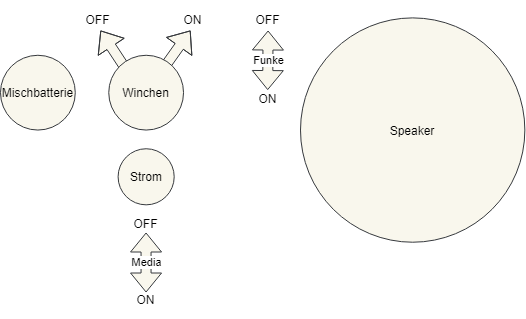
Earlier version of the draw.io export media/outside_switches.png (i7i5/knidos-notices). Source tidied: cells renumbered, new cells last; positions are measured from the earlier drawing's top-left corner, leaving out a move shared by most shapes.
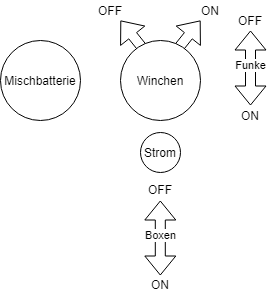
The same file after the commit.

Commit message:
reworked image outside_switches

The edit, as a diff of the source:
```diff
@@ -2,75 +2,66 @@
   <root>
     <mxCell id="0" />
     <mxCell id="1" parent="0" />
-    <mxCell id="2" value="Speaker" style="ellipse;whiteSpace=wrap;html=1;fillColor=#f9f7ed;strokeColor=#36393d;" parent="1" vertex="1">
-      <mxGeometry x="300" y="17.4" width="224.3" height="224.3" as="geometry" />
-    </mxCell>
-    <mxCell id="3" style="shape=flexArrow;endArrow=classic;startArrow=classic;html=1;fillColor=#f9f7ed;strokeColor=#36393d;" parent="1" edge="1">
-      <mxGeometry x="24.6" y="30" as="geometry">
-        <mxPoint x="267.2" y="89.6" as="sourcePoint" />
-        <mxPoint x="267.6" y="30" as="targetPoint" />
-      </mxGeometry>
-    </mxCell>
+    <mxCell id="17" value="Mischbatterie" style="ellipse;whiteSpace=wrap;html=1;" parent="1" vertex="1">
+      <mxGeometry x="50" y="70" width="80" height="80" as="geometry" />
+    </mxCell>
+    <mxCell id="18" style="shape=flexArrow;endArrow=classic;html=1;" parent="1" edge="1">
+      <mxGeometry relative="1" as="geometry">
+        <mxPoint x="210" y="100" as="sourcePoint" />
+        <mxPoint x="250" y="50" as="targetPoint" />
+      </mxGeometry>
+    </mxCell>
+    <mxCell id="19" style="shape=flexArrow;endArrow=classic;html=1;" parent="1" edge="1">
+      <mxGeometry relative="1" as="geometry">
+        <mxPoint x="210" y="100" as="sourcePoint" />
+        <mxPoint x="170" y="50" as="targetPoint" />
+      </mxGeometry>
+    </mxCell>
+    <mxCell id="9" value="Winchen" style="ellipse;whiteSpace=wrap;html=1;" parent="1" vertex="1">
+      <mxGeometry x="170" y="70" width="80" height="80" as="geometry" />
+    </mxCell>
+    <mxCell id="20" value="ON" style="text;html=1;strokeColor=none;fillColor=none;align=center;verticalAlign=middle;whiteSpace=wrap;rounded=0;" parent="1" vertex="1">
+      <mxGeometry x="240" y="30" width="40" height="20" as="geometry" />
+    </mxCell>
+    <mxCell id="21" value="OFF" style="text;html=1;strokeColor=none;fillColor=none;align=center;verticalAlign=middle;whiteSpace=wrap;rounded=0;" parent="1" vertex="1">
+      <mxGeometry x="140" y="30" width="40" height="20" as="geometry" />
+    </mxCell>
+    <mxCell id="22" style="shape=flexArrow;endArrow=classic;startArrow=classic;html=1;" parent="1" edge="1">
+      <mxGeometry relative="1" as="geometry">
+        <mxPoint x="300" y="135" as="sourcePoint" />
+        <mxPoint x="300" y="60" as="targetPoint" />
+      </mxGeometry>
+    </mxCell>
-    <mxCell id="4" value="Funke" style="edgeLabel;html=1;align=center;verticalAlign=middle;" parent="3" vertex="1">
-      <mxGeometry x="0.22" y="-2" relative="1" as="geometry">
-        <mxPoint x="-2" y="6.6" as="offset" />
+    <mxCell id="4" value="Funke" style="edgeLabel;html=1;align=center;verticalAlign=middle;" parent="22" vertex="1">
+      <mxGeometry x="0.16" y="-2" relative="1" as="geometry">
+        <mxPoint x="-2" y="3" as="offset" />
       </mxGeometry>
     </mxCell>
-    <mxCell id="5" value="OFF" style="text;html=1;strokeColor=none;fillColor=none;align=center;verticalAlign=middle;whiteSpace=wrap;rounded=0;" parent="1" vertex="1">
-      <mxGeometry x="230" width="74.8" height="37.4" as="geometry" />
-    </mxCell>
-    <mxCell id="6" value="ON" style="text;html=1;strokeColor=none;fillColor=none;align=center;verticalAlign=middle;whiteSpace=wrap;rounded=0;" parent="1" vertex="1">
-      <mxGeometry x="230" y="79.8" width="74.8" height="37.4" as="geometry" />
-    </mxCell>
-    <mxCell id="7" style="shape=flexArrow;endArrow=classic;html=1;fillColor=#f9f7ed;strokeColor=#36393d;" parent="1" edge="1">
-      <mxGeometry x="71" y="84.9" as="geometry">
-        <mxPoint x="150" y="88" as="sourcePoint" />
-        <mxPoint x="190" y="30" as="targetPoint" />
-        <Array as="points">
-          <mxPoint x="156.3" y="77.4" />
-        </Array>
-      </mxGeometry>
-    </mxCell>
-    <mxCell id="8" style="shape=flexArrow;endArrow=classic;html=1;fillColor=#f9f7ed;strokeColor=#36393d;" parent="1" edge="1">
-      <mxGeometry x="100.4" y="82.6" as="geometry">
-        <mxPoint x="137.4" y="86.1" as="sourcePoint" />
-        <mxPoint x="100" y="30" as="targetPoint" />
-        <Array as="points">
-          <mxPoint x="129.7" y="75.1" />
-        </Array>
-      </mxGeometry>
-    </mxCell>
-    <mxCell id="9" value="Winchen" style="ellipse;whiteSpace=wrap;html=1;fillColor=#f9f7ed;strokeColor=#36393d;" parent="1" vertex="1">
-      <mxGeometry x="108.3" y="54.8" width="74.8" height="74.8" as="geometry" />
-    </mxCell>
-    <mxCell id="10" value="ON" style="text;html=1;strokeColor=none;fillColor=none;align=center;verticalAlign=middle;whiteSpace=wrap;rounded=0;" parent="1" vertex="1">
-      <mxGeometry x="155" width="74.8" height="37.4" as="geometry" />
-    </mxCell>
-    <mxCell id="11" value="OFF" style="text;html=1;strokeColor=none;fillColor=none;align=center;verticalAlign=middle;whiteSpace=wrap;rounded=0;" parent="1" vertex="1">
-      <mxGeometry x="60" width="74.8" height="37.4" as="geometry" />
-    </mxCell>
+    <mxCell id="23" style="shape=flexArrow;endArrow=classic;startArrow=classic;html=1;" parent="1" edge="1">
+      <mxGeometry relative="1" as="geometry">
+        <mxPoint x="209.8" y="305" as="sourcePoint" />
+        <mxPoint x="209.8" y="230" as="targetPoint" />
+      </mxGeometry>
+    </mxCell>
+    <mxCell id="24" value="Boxen" style="edgeLabel;html=1;align=center;verticalAlign=middle;" parent="23" vertex="1">
+      <mxGeometry x="0.16" y="-2" relative="1" as="geometry">
+        <mxPoint x="-2" y="3" as="offset" />
+      </mxGeometry>
+    </mxCell>
+    <mxCell id="25" value="OFF" style="text;html=1;strokeColor=none;fillColor=none;align=center;verticalAlign=middle;whiteSpace=wrap;rounded=0;" parent="1" vertex="1">
+      <mxGeometry x="190" y="209" width="40" height="20" as="geometry" />
+    </mxCell>
+    <mxCell id="26" value="ON" style="text;html=1;strokeColor=none;fillColor=none;align=center;verticalAlign=middle;whiteSpace=wrap;rounded=0;" parent="1" vertex="1">
+      <mxGeometry x="190" y="304" width="40" height="20" as="geometry" />
+    </mxCell>
-    <mxCell id="12" value="Strom" style="ellipse;whiteSpace=wrap;html=1;fillColor=#f9f7ed;strokeColor=#36393d;" parent="1" vertex="1">
-      <mxGeometry x="117.6" y="148.3" width="56.1" height="56.1" as="geometry" />
+    <mxCell id="12" value="Strom" style="ellipse;whiteSpace=wrap;html=1;" parent="1" vertex="1">
+      <mxGeometry x="190" y="162" width="40" height="40" as="geometry" />
     </mxCell>
-    <mxCell id="13" style="shape=flexArrow;endArrow=classic;startArrow=classic;html=1;fillColor=#f9f7ed;strokeColor=#36393d;" parent="1" edge="1">
-      <mxGeometry x="85.5" y="33.3" as="geometry">
-        <mxPoint x="145.6" y="292" as="sourcePoint" />
-        <mxPoint x="145.6" y="232" as="targetPoint" />
-      </mxGeometry>
-    </mxCell>
-    <mxCell id="14" value="Media" style="edgeLabel;html=1;align=center;verticalAlign=middle;" parent="13" vertex="1">
-      <mxGeometry x="0.3" y="-2" relative="1" as="geometry">
-        <mxPoint x="-2" y="9.4" as="offset" />
-      </mxGeometry>
-    </mxCell>
-    <mxCell id="15" value="OFF" style="text;html=1;strokeColor=none;fillColor=none;align=center;verticalAlign=middle;whiteSpace=wrap;rounded=0;" parent="1" vertex="1">
-      <mxGeometry x="108.3" y="204.3" width="74.8" height="37.4" as="geometry" />
-    </mxCell>
-    <mxCell id="16" value="ON" style="text;html=1;strokeColor=none;fillColor=none;align=center;verticalAlign=middle;whiteSpace=wrap;rounded=0;" parent="1" vertex="1">
-      <mxGeometry x="108.3" y="280" width="74.8" height="37.4" as="geometry" />
-    </mxCell>
-    <mxCell id="17" value="Mischbatterie" style="ellipse;whiteSpace=wrap;html=1;fillColor=#f9f7ed;strokeColor=#36393d;" parent="1" vertex="1">
-      <mxGeometry y="54.8" width="74.8" height="74.8" as="geometry" />
-    </mxCell>
+    <mxCell id="27" value="OFF" style="text;html=1;strokeColor=none;fillColor=none;align=center;verticalAlign=middle;whiteSpace=wrap;rounded=0;" parent="1" vertex="1">
+      <mxGeometry x="280" y="40" width="40" height="20" as="geometry" />
+    </mxCell>
+    <mxCell id="28" value="ON" style="text;html=1;strokeColor=none;fillColor=none;align=center;verticalAlign=middle;whiteSpace=wrap;rounded=0;" parent="1" vertex="1">
+      <mxGeometry x="280" y="135" width="40" height="20" as="geometry" />
+    </mxCell>
   </root>
 </mxGraphModel>
```
